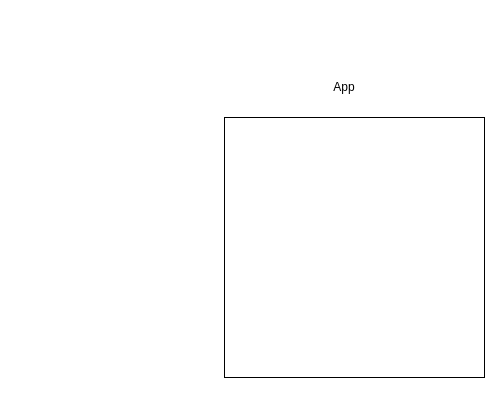
Before: Untitled Diagram.drawio in Qleoz12/AngularAcknowledge, a draw.io diagram. Source tidied: cells renumbered, new cells numbered last; positions are measured from the earlier drawing's top-left corner, leaving out a move shared by most shapes. Both pictures are drawn from the tidied source at 100%, with x=0, y=0 at pixel (224, 77).
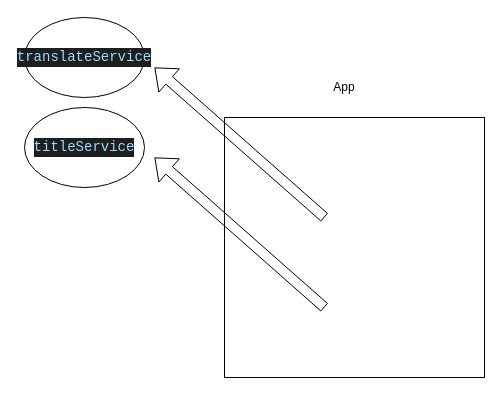
The same diagram, later.

The edit, as a diff of the source:
```diff
@@
 <mxGraphModel>
   <root>
     <mxCell id="0" />
     <mxCell id="1" parent="0" />
     <mxCell id="2" style="whiteSpace=wrap;html=1;" parent="1" vertex="1">
       <mxGeometry y="40" width="260" height="260" as="geometry" />
     </mxCell>
     <mxCell id="3" value="App" style="text;html=1;strokeColor=none;fillColor=none;align=center;verticalAlign=middle;whiteSpace=wrap;rounded=0;" parent="1" vertex="1">
       <mxGeometry x="100" width="40" height="20" as="geometry" />
     </mxCell>
+    <mxCell id="4" style="shape=flexArrow;endArrow=classic;html=1;" parent="1" edge="1">
+      <mxGeometry relative="1" as="geometry">
+        <mxPoint x="100" y="140" as="sourcePoint" />
+        <mxPoint x="-70" y="-10" as="targetPoint" />
+      </mxGeometry>
+    </mxCell>
+    <mxCell id="5" value="&lt;div style=&quot;color: rgb(212 , 212 , 212) ; background-color: rgb(30 , 30 , 30) ; font-family: &amp;#34;consolas&amp;#34; , &amp;#34;courier new&amp;#34; , monospace ; font-size: 14px ; line-height: 19px ; white-space: pre&quot;&gt;&lt;span style=&quot;color: #9cdcfe&quot;&gt;translateService&lt;/span&gt;&lt;/div&gt;" style="ellipse;whiteSpace=wrap;html=1;" parent="1" vertex="1">
+      <mxGeometry x="-200" y="-60" width="120" height="80" as="geometry" />
+    </mxCell>
+    <mxCell id="6" value="&lt;div style=&quot;color: rgb(212 , 212 , 212) ; background-color: rgb(30 , 30 , 30) ; font-family: &amp;#34;consolas&amp;#34; , &amp;#34;courier new&amp;#34; , monospace ; font-size: 14px ; line-height: 19px ; white-space: pre&quot;&gt;&lt;span style=&quot;color: #9cdcfe&quot;&gt;titleService&lt;/span&gt;&lt;/div&gt;" style="ellipse;whiteSpace=wrap;html=1;" parent="1" vertex="1">
+      <mxGeometry x="-200" y="30" width="120" height="80" as="geometry" />
+    </mxCell>
+    <mxCell id="7" style="shape=flexArrow;endArrow=classic;html=1;" parent="1" edge="1">
+      <mxGeometry relative="1" as="geometry">
+        <mxPoint x="100" y="230" as="sourcePoint" />
+        <mxPoint x="-70" y="80" as="targetPoint" />
+      </mxGeometry>
+    </mxCell>
   </root>
 </mxGraphModel>
```
